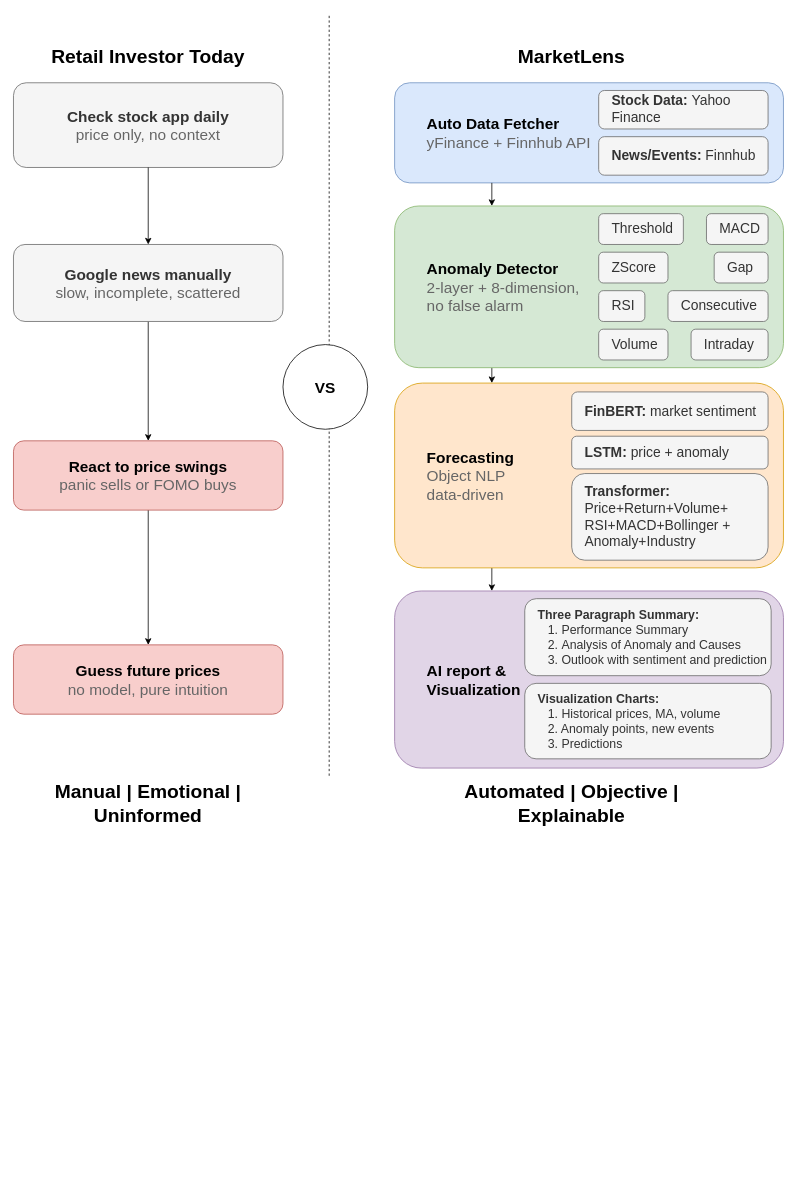
Before: Comparable Chart MarketLens-Showcase.drawio in Niuniu-Li-229/MarketLens-Showcase, a draw.io diagram. Source tidied: cells renumbered, new cells numbered last; positions are measured from the earlier drawing's top-left corner, leaving out a move shared by most shapes. Both pictures are drawn from the tidied source at 77%, with x=0, y=0 at pixel (13, 13).
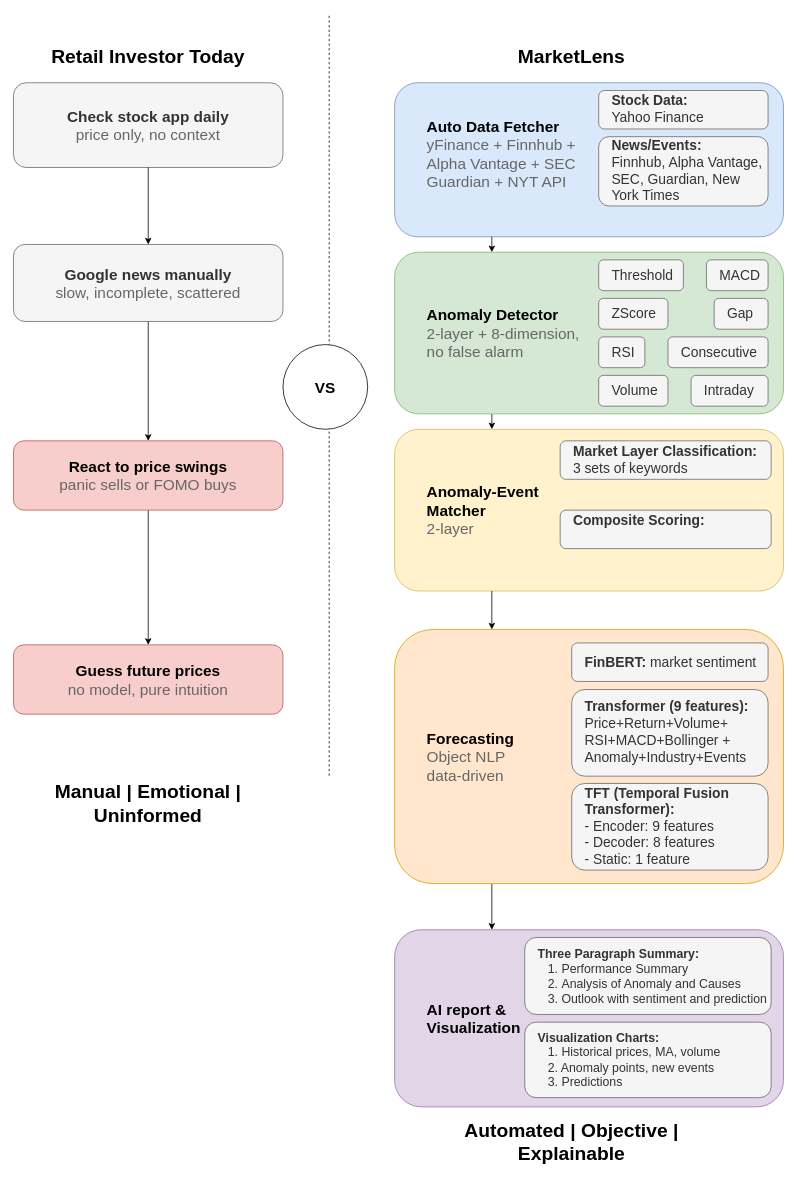
The same diagram, later.

Diff of the diagram source:
```diff
@@
-    <mxCell id="2" value="&lt;blockquote style=&quot;margin: 0 0 0 40px; border: none; padding: 0px;&quot;&gt;&lt;font style=&quot;font-size: 20px;&quot;&gt;&lt;b style=&quot;&quot;&gt;Auto Data Fetcher&lt;/b&gt;&lt;/font&gt;&lt;/blockquote&gt;&lt;blockquote style=&quot;margin: 0 0 0 40px; border: none; padding: 0px;&quot;&gt;&lt;font style=&quot;color: rgb(102, 102, 102); font-size: 20px;&quot;&gt;yFinance + Finnhub API&lt;/font&gt;&lt;/blockquote&gt;" style="rounded=1;whiteSpace=wrap;html=1;fillColor=#dae8fc;strokeColor=#6c8ebf;align=left;" parent="1" vertex="1">
-      <mxGeometry x="495" y="90" width="505" height="130" as="geometry" />
+    <mxCell id="2" value="&lt;blockquote style=&quot;margin: 0px 0px 0px 40px; border-width: medium; border-style: none; border-color: currentcolor; border-image: initial; padding: 0px;&quot;&gt;&lt;font style=&quot;font-size: 20px;&quot;&gt;&lt;b style=&quot;&quot;&gt;Auto Data Fetcher&lt;/b&gt;&lt;/font&gt;&lt;/blockquote&gt;&lt;blockquote style=&quot;margin: 0px 0px 0px 40px; border-width: medium; border-style: none; border-color: currentcolor; border-image: initial; padding: 0px;&quot;&gt;&lt;font style=&quot;color: rgb(102, 102, 102); font-size: 20px;&quot;&gt;yFinance +&amp;nbsp;&lt;/font&gt;&lt;span style=&quot;color: light-dark(rgb(102, 102, 102), rgb(149, 149, 149)); font-size: 20px; background-color: transparent;&quot;&gt;Finnhub +&amp;nbsp;&lt;/span&gt;&lt;/blockquote&gt;&lt;blockquote style=&quot;margin: 0px 0px 0px 40px; border-width: medium; border-style: none; border-color: currentcolor; border-image: initial; padding: 0px;&quot;&gt;&lt;font color=&quot;#666666&quot;&gt;&lt;span style=&quot;font-size: 20px;&quot;&gt;Alpha&amp;nbsp;&lt;/span&gt;&lt;/font&gt;&lt;span style=&quot;font-size: 20px; color: rgb(102, 102, 102); background-color: transparent;&quot;&gt;Vantage + SEC&lt;/span&gt;&lt;/blockquote&gt;&lt;blockquote style=&quot;margin: 0px 0px 0px 40px; border-width: medium; border-style: none; border-color: currentcolor; border-image: initial; padding: 0px;&quot;&gt;&lt;font color=&quot;#666666&quot;&gt;&lt;span style=&quot;font-size: 20px;&quot;&gt;Guardian + NYT &lt;/span&gt;&lt;/font&gt;&lt;span style=&quot;font-size: 20px; color: rgb(102, 102, 102); background-color: transparent;&quot;&gt;API&lt;/span&gt;&lt;/blockquote&gt;&lt;blockquote style=&quot;margin: 0px 0px 0px 40px; border-width: medium; border-style: none; border-color: currentcolor; border-image: initial; padding: 0px;&quot;&gt;&lt;br&gt;&lt;/blockquote&gt;" style="rounded=1;whiteSpace=wrap;html=1;fillColor=#dae8fc;strokeColor=#6c8ebf;align=left;" parent="1" vertex="1">
+      <mxGeometry x="495" y="90" width="505" height="200" as="geometry" />
     </mxCell>
@@
-    <mxCell id="4" value="&lt;b&gt;Stock Data: &lt;/b&gt;Yahoo Finance" style="rounded=1;whiteSpace=wrap;html=1;fillColor=#f5f5f5;fontColor=#333333;strokeColor=#666666;spacingLeft=15;align=left;fontSize=18;" parent="1" vertex="1">
+    <mxCell id="4" value="&lt;b&gt;Stock Data:&amp;nbsp;&lt;/b&gt;&lt;div&gt;Yahoo Finance&lt;/div&gt;" style="rounded=1;whiteSpace=wrap;html=1;fillColor=#f5f5f5;fontColor=#333333;strokeColor=#666666;spacingLeft=15;align=left;fontSize=18;" parent="1" vertex="1">
       <mxGeometry x="760" y="100" width="220" height="50" as="geometry" />
     </mxCell>
-    <mxCell id="5" value="&lt;b&gt;News/Events:&lt;/b&gt; Finnhub" style="rounded=1;whiteSpace=wrap;html=1;fillColor=#f5f5f5;fontColor=#333333;strokeColor=#666666;spacingLeft=15;align=left;fontSize=18;" parent="1" vertex="1">
-      <mxGeometry x="760" y="160" width="220" height="50" as="geometry" />
+    <mxCell id="5" value="&lt;b&gt;News/Events:&lt;/b&gt;&amp;nbsp;&lt;div&gt;Finnhub, Alpha Vantage, SEC, Guardian, New York Times&lt;/div&gt;" style="rounded=1;whiteSpace=wrap;html=1;fillColor=#f5f5f5;fontColor=#333333;strokeColor=#666666;spacingLeft=15;align=left;fontSize=18;" parent="1" vertex="1">
+      <mxGeometry x="760" y="160" width="220" height="90" as="geometry" />
     </mxCell>
-    <mxCell id="6" style="edgeStyle=orthogonalEdgeStyle;rounded=0;jettySize=auto;html=1;entryX=0.25;entryY=0;entryDx=0;entryDy=0;exitX=0.25;exitY=1;exitDx=0;exitDy=0;" parent="1" edge="1" source="7" target="13">
+    <mxCell id="6" style="edgeStyle=orthogonalEdgeStyle;rounded=0;jettySize=auto;html=1;entryX=0.25;entryY=0;entryDx=0;entryDy=0;exitX=0.25;exitY=1;exitDx=0;exitDy=0;" parent="1" edge="1" source="7" target="38">
       <mxGeometry relative="1" as="geometry" />
     </mxCell>
     <mxCell id="7" value="&lt;blockquote style=&quot;margin: 0 0 0 40px; border: none; padding: 0px;&quot;&gt;&lt;b&gt;&lt;font&gt;Anomaly Detector&lt;/font&gt;&lt;/b&gt;&lt;/blockquote&gt;&lt;blockquote style=&quot;margin: 0 0 0 40px; border: none; padding: 0px;&quot;&gt;&lt;font style=&quot;color: rgb(102, 102, 102);&quot;&gt;2-layer + 8-dimension,&lt;/font&gt;&lt;/blockquote&gt;&lt;blockquote style=&quot;margin: 0 0 0 40px; border: none; padding: 0px;&quot;&gt;&lt;font style=&quot;color: rgb(102, 102, 102);&quot;&gt;no false alarm&lt;/font&gt;&lt;/blockquote&gt;" style="rounded=1;whiteSpace=wrap;html=1;fillColor=#d5e8d4;strokeColor=#82b366;align=left;fontSize=20;" parent="1" vertex="1">
-      <mxGeometry x="495" y="250" width="505" height="210" as="geometry" />
+      <mxGeometry x="495" y="310" width="505" height="210" as="geometry" />
     </mxCell>
     <mxCell id="8" value="Threshold" style="rounded=1;whiteSpace=wrap;html=1;fillColor=#f5f5f5;fontColor=#333333;strokeColor=#666666;align=left;spacingLeft=15;fontSize=18;fontStyle=0;" parent="1" vertex="1">
-      <mxGeometry x="760" y="260" width="110" height="40" as="geometry" />
+      <mxGeometry x="760" y="320" width="110" height="40" as="geometry" />
     </mxCell>
     <mxCell id="9" value="ZScore" style="rounded=1;whiteSpace=wrap;html=1;fillColor=#f5f5f5;fontColor=#333333;strokeColor=#666666;align=left;spacingLeft=15;fontSize=18;fontStyle=0;" parent="1" vertex="1">
-      <mxGeometry x="760" y="310" width="90" height="40" as="geometry" />
+      <mxGeometry x="760" y="370" width="90" height="40" as="geometry" />
     </mxCell>
     <mxCell id="10" value="&lt;span&gt;RSI&lt;/span&gt;" style="rounded=1;whiteSpace=wrap;html=1;fillColor=#f5f5f5;fontColor=#333333;strokeColor=#666666;align=left;spacingLeft=15;fontSize=18;fontStyle=0;" parent="1" vertex="1">
-      <mxGeometry x="760" y="360" width="60" height="40" as="geometry" />
+      <mxGeometry x="760" y="420" width="60" height="40" as="geometry" />
     </mxCell>
     <mxCell id="11" value="Volume" style="rounded=1;whiteSpace=wrap;html=1;fillColor=#f5f5f5;fontColor=#333333;strokeColor=#666666;align=left;spacingLeft=15;fontSize=18;" parent="1" vertex="1">
-      <mxGeometry x="760" y="410" width="90" height="40" as="geometry" />
+      <mxGeometry x="760" y="470" width="90" height="40" as="geometry" />
     </mxCell>
@@
     <mxCell id="13" value="&lt;blockquote style=&quot;margin: 0 0 0 40px; border: none; padding: 0px;&quot;&gt;&lt;b&gt;&lt;font&gt;Forecasting&lt;/font&gt;&lt;/b&gt;&lt;/blockquote&gt;&lt;blockquote style=&quot;margin: 0 0 0 40px; border: none; padding: 0px;&quot;&gt;&lt;font style=&quot;color: rgb(102, 102, 102);&quot;&gt;Object NLP&lt;/font&gt;&lt;/blockquote&gt;&lt;blockquote style=&quot;margin: 0 0 0 40px; border: none; padding: 0px;&quot;&gt;&lt;font style=&quot;color: rgb(102, 102, 102);&quot;&gt;data-driven&lt;/font&gt;&lt;/blockquote&gt;" style="rounded=1;whiteSpace=wrap;html=1;fillColor=#ffe6cc;strokeColor=#d79b00;align=left;fontSize=20;" parent="1" vertex="1">
-      <mxGeometry x="495" y="480" width="505" height="240" as="geometry" />
+      <mxGeometry x="495" y="800" width="505" height="330" as="geometry" />
     </mxCell>
     <mxCell id="14" value="&lt;b&gt;FinBERT: &lt;/b&gt;market&lt;b&gt;&amp;nbsp;&lt;/b&gt;sentiment" style="rounded=1;whiteSpace=wrap;html=1;fillColor=#f5f5f5;fontColor=#333333;strokeColor=#666666;align=left;spacingLeft=15;fontSize=18;" parent="1" vertex="1">
-      <mxGeometry x="725" y="491.5" width="255" height="50" as="geometry" />
+      <mxGeometry x="725" y="817.5" width="255" height="50" as="geometry" />
     </mxCell>
-    <mxCell id="15" value="&lt;b&gt;LSTM: &lt;/b&gt;price + anomaly" style="rounded=1;whiteSpace=wrap;html=1;fillColor=#f5f5f5;fontColor=#333333;strokeColor=#666666;align=left;spacingLeft=15;fontSize=18;" parent="1" vertex="1">
-      <mxGeometry x="725" y="549" width="255" height="42.5" as="geometry" />
-    </mxCell>
-    <mxCell id="16" value="&lt;b&gt;Transformer: &lt;/b&gt;Price+Return&lt;span style=&quot;background-color: transparent; color: light-dark(rgb(51, 51, 51), rgb(193, 193, 193));&quot;&gt;+Volume+ RSI+MACD+&lt;/span&gt;&lt;span style=&quot;background-color: transparent; color: light-dark(rgb(51, 51, 51), rgb(193, 193, 193));&quot;&gt;Bollinger + Anomaly+Industry&lt;/span&gt;" style="rounded=1;whiteSpace=wrap;html=1;fillColor=#f5f5f5;fontColor=#333333;strokeColor=#666666;align=left;spacingLeft=15;fontSize=18;" parent="1" vertex="1">
-      <mxGeometry x="725" y="597.5" width="255" height="112.5" as="geometry" />
+    <mxCell id="16" value="&lt;b&gt;Transformer (9 features): &lt;/b&gt;Price+Return&lt;span style=&quot;background-color: transparent; color: light-dark(rgb(51, 51, 51), rgb(193, 193, 193));&quot;&gt;+Volume+ RSI+MACD+&lt;/span&gt;&lt;span style=&quot;background-color: transparent; color: light-dark(rgb(51, 51, 51), rgb(193, 193, 193));&quot;&gt;Bollinger + Anomaly+Industry+Events&lt;/span&gt;" style="rounded=1;whiteSpace=wrap;html=1;fillColor=#f5f5f5;fontColor=#333333;strokeColor=#666666;align=left;spacingLeft=15;fontSize=18;" parent="1" vertex="1">
+      <mxGeometry x="725" y="878" width="255" height="112.5" as="geometry" />
     </mxCell>
     <mxCell id="17" value="&lt;blockquote style=&quot;margin: 0 0 0 40px; border: none; padding: 0px;&quot;&gt;&lt;b&gt;&lt;font&gt;AI report &amp;amp;&lt;/font&gt;&lt;/b&gt;&lt;/blockquote&gt;&lt;blockquote style=&quot;margin: 0 0 0 40px; border: none; padding: 0px;&quot;&gt;&lt;b&gt;&lt;font&gt;Visualization&lt;/font&gt;&lt;/b&gt;&lt;/blockquote&gt;" style="rounded=1;whiteSpace=wrap;html=1;fillColor=#e1d5e7;strokeColor=#9673a6;align=left;fontSize=20;" parent="1" vertex="1">
-      <mxGeometry x="495" y="750" width="505" height="230" as="geometry" />
+      <mxGeometry x="495" y="1190" width="505" height="230" as="geometry" />
     </mxCell>
     <mxCell id="18" value="&lt;b&gt;Three Paragraph Summary:&lt;/b&gt;&lt;div&gt;&lt;span style=&quot;background-color: transparent; color: light-dark(rgb(51, 51, 51), rgb(193, 193, 193));&quot;&gt;&amp;nbsp; &amp;nbsp;1. Performance Summary&lt;/span&gt;&lt;/div&gt;&lt;div&gt;&lt;span style=&quot;background-color: transparent; color: light-dark(rgb(51, 51, 51), rgb(193, 193, 193));&quot;&gt;&amp;nbsp; &amp;nbsp;2.&amp;nbsp;&lt;/span&gt;&lt;span style=&quot;background-color: transparent; color: light-dark(rgb(51, 51, 51), rgb(193, 193, 193));&quot;&gt;Analysis of Anomaly&amp;nbsp;&lt;/span&gt;&lt;span style=&quot;background-color: transparent; color: light-dark(rgb(51, 51, 51), rgb(193, 193, 193));&quot;&gt;and Causes&lt;/span&gt;&lt;/div&gt;&lt;div&gt;&lt;span style=&quot;background-color: transparent; color: light-dark(rgb(51, 51, 51), rgb(193, 193, 193));&quot;&gt;&amp;nbsp; &amp;nbsp;3. Outlook with sentiment and prediction&lt;/span&gt;&lt;/div&gt;" style="rounded=1;whiteSpace=wrap;html=1;fillColor=#f5f5f5;fontColor=#333333;strokeColor=#666666;align=left;spacingLeft=15;fontSize=16;" parent="1" vertex="1">
-      <mxGeometry x="664" y="760" width="320" height="100" as="geometry" />
+      <mxGeometry x="664" y="1200" width="320" height="100" as="geometry" />
     </mxCell>
     <mxCell id="19" value="&lt;div&gt;&lt;span style=&quot;background-color: transparent; color: light-dark(rgb(51, 51, 51), rgb(193, 193, 193));&quot;&gt;&lt;b&gt;Visualization Charts:&lt;/b&gt;&lt;/span&gt;&lt;/div&gt;&lt;div&gt;&lt;span style=&quot;background-color: transparent; color: light-dark(rgb(51, 51, 51), rgb(193, 193, 193));&quot;&gt;&amp;nbsp; &amp;nbsp;1. Historical prices, MA, volume&lt;/span&gt;&lt;/div&gt;&lt;div&gt;&lt;span style=&quot;background-color: transparent; color: light-dark(rgb(51, 51, 51), rgb(193, 193, 193));&quot;&gt;&amp;nbsp; &amp;nbsp;2. Anomaly points, new events&lt;/span&gt;&lt;/div&gt;&lt;div&gt;&lt;span style=&quot;background-color: transparent; color: light-dark(rgb(51, 51, 51), rgb(193, 193, 193));&quot;&gt;&amp;nbsp; &amp;nbsp;3. Predictions&lt;/span&gt;&lt;/div&gt;" style="rounded=1;whiteSpace=wrap;html=1;fillColor=#f5f5f5;fontColor=#333333;strokeColor=#666666;align=left;spacingLeft=15;fontSize=16;" parent="1" vertex="1">
-      <mxGeometry x="664" y="870" width="320" height="98" as="geometry" />
+      <mxGeometry x="664" y="1310" width="320" height="98" as="geometry" />
     </mxCell>
@@
     <mxCell id="32" value="Automated | Objective | Explainable" style="text;html=1;whiteSpace=wrap;strokeColor=none;fillColor=none;align=center;verticalAlign=middle;rounded=0;fontSize=25;fontStyle=1;" parent="1" vertex="1">
-      <mxGeometry x="550" y="1010" width="350" height="30" as="geometry" />
+      <mxGeometry x="550" y="1450" width="350" height="30" as="geometry" />
     </mxCell>
     <mxCell id="33" value="MACD" style="rounded=1;whiteSpace=wrap;html=1;fillColor=#f5f5f5;fontColor=#333333;strokeColor=#666666;align=left;spacingLeft=15;fontSize=18;fontStyle=0;" parent="1" vertex="1">
-      <mxGeometry x="900" y="260" width="80" height="40" as="geometry" />
+      <mxGeometry x="900" y="320" width="80" height="40" as="geometry" />
     </mxCell>
     <mxCell id="34" value="Gap" style="rounded=1;whiteSpace=wrap;html=1;fillColor=#f5f5f5;fontColor=#333333;strokeColor=#666666;align=left;spacingLeft=15;fontSize=18;fontStyle=0;" parent="1" vertex="1">
-      <mxGeometry x="910" y="310" width="70" height="40" as="geometry" />
+      <mxGeometry x="910" y="370" width="70" height="40" as="geometry" />
     </mxCell>
     <mxCell id="35" value="&lt;span&gt;Intraday&lt;/span&gt;" style="rounded=1;whiteSpace=wrap;html=1;fillColor=#f5f5f5;fontColor=#333333;strokeColor=#666666;align=left;spacingLeft=15;fontSize=18;fontStyle=0;" parent="1" vertex="1">
-      <mxGeometry x="880" y="410" width="100" height="40" as="geometry" />
+      <mxGeometry x="880" y="470" width="100" height="40" as="geometry" />
     </mxCell>
     <mxCell id="36" value="Consecutive" style="rounded=1;whiteSpace=wrap;html=1;fillColor=#f5f5f5;fontColor=#333333;strokeColor=#666666;align=left;spacingLeft=15;fontSize=18;" parent="1" vertex="1">
-      <mxGeometry x="850" y="360" width="130" height="40" as="geometry" />
+      <mxGeometry x="850" y="420" width="130" height="40" as="geometry" />
     </mxCell>
+    <mxCell id="37" value="&lt;b&gt;TFT (Temporal Fusion Transformer):&lt;/b&gt;&lt;div&gt;- Encoder: 9 features&lt;/div&gt;&lt;div&gt;- Decoder: 8 features&lt;/div&gt;&lt;div&gt;- Static: 1 feature&lt;/div&gt;" style="rounded=1;whiteSpace=wrap;html=1;fillColor=#f5f5f5;fontColor=#333333;strokeColor=#666666;align=left;spacingLeft=15;fontSize=18;" parent="1" vertex="1">
+      <mxGeometry x="725" y="1000" width="255" height="112.5" as="geometry" />
+    </mxCell>
+    <mxCell id="38" value="&lt;blockquote style=&quot;margin: 0px 0px 0px 40px; border-width: medium; border-style: none; border-color: currentcolor; border-image: initial; padding: 0px;&quot;&gt;&lt;b&gt;Anomaly-Event&lt;/b&gt;&lt;/blockquote&gt;&lt;blockquote style=&quot;margin: 0px 0px 0px 40px; border-width: medium; border-style: none; border-color: currentcolor; border-image: initial; padding: 0px;&quot;&gt;&lt;b&gt;Matcher&lt;/b&gt;&lt;/blockquote&gt;&lt;blockquote style=&quot;margin: 0px 0px 0px 40px; border-width: medium; border-style: none; border-color: currentcolor; border-image: initial; padding: 0px;&quot;&gt;&lt;span style=&quot;color: light-dark(rgb(102, 102, 102), rgb(149, 149, 149)); background-color: transparent;&quot;&gt;2-layer&lt;/span&gt;&lt;/blockquote&gt;" style="rounded=1;whiteSpace=wrap;html=1;fillColor=#fff2cc;strokeColor=#d6b656;align=left;fontSize=20;" parent="1" vertex="1">
+      <mxGeometry x="495" y="540" width="505" height="210" as="geometry" />
+    </mxCell>
+    <mxCell id="39" style="edgeStyle=orthogonalEdgeStyle;rounded=0;jettySize=auto;html=1;entryX=0.25;entryY=0;entryDx=0;entryDy=0;exitX=0.25;exitY=1;exitDx=0;exitDy=0;" parent="1" edge="1" source="38" target="13">
+      <mxGeometry relative="1" as="geometry" />
+    </mxCell>
+    <mxCell id="40" value="&lt;b&gt;Market Layer Classification:&lt;/b&gt;&lt;div&gt;3 sets of keywords&lt;/div&gt;" style="rounded=1;whiteSpace=wrap;html=1;fillColor=#f5f5f5;fontColor=#333333;strokeColor=#666666;align=left;spacingLeft=15;fontSize=18;" parent="1" vertex="1">
+      <mxGeometry x="710" y="555" width="274" height="50" as="geometry" />
+    </mxCell>
+    <mxCell id="41" value="&lt;b&gt;Composite Scoring:&lt;/b&gt;&lt;div&gt;&lt;br&gt;&lt;/div&gt;" style="rounded=1;whiteSpace=wrap;html=1;fillColor=#f5f5f5;fontColor=#333333;strokeColor=#666666;align=left;spacingLeft=15;fontSize=18;" parent="1" vertex="1">
+      <mxGeometry x="710" y="645" width="274" height="50" as="geometry" />
+    </mxCell>
```
